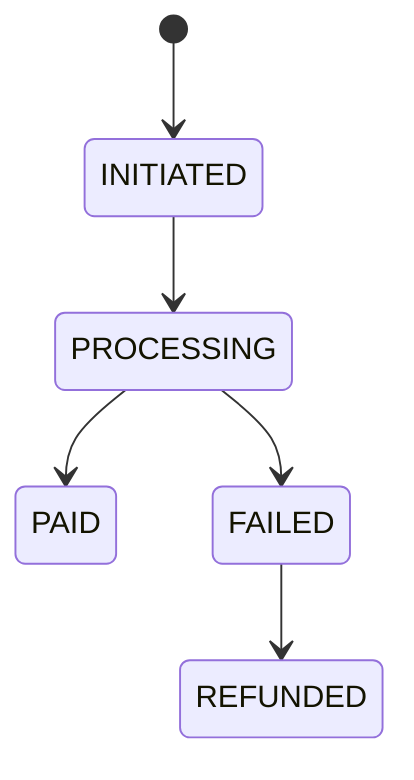
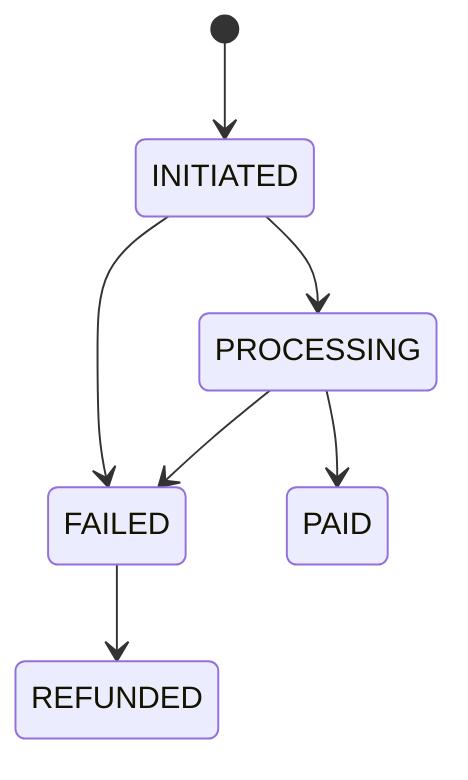
stateDiagram-v2
  [*] --> INITIATED
  INITIATED --> PROCESSING
+   INITIATED --> FAILED
  PROCESSING --> PAID
  PROCESSING --> FAILED
  FAILED --> REFUNDED
